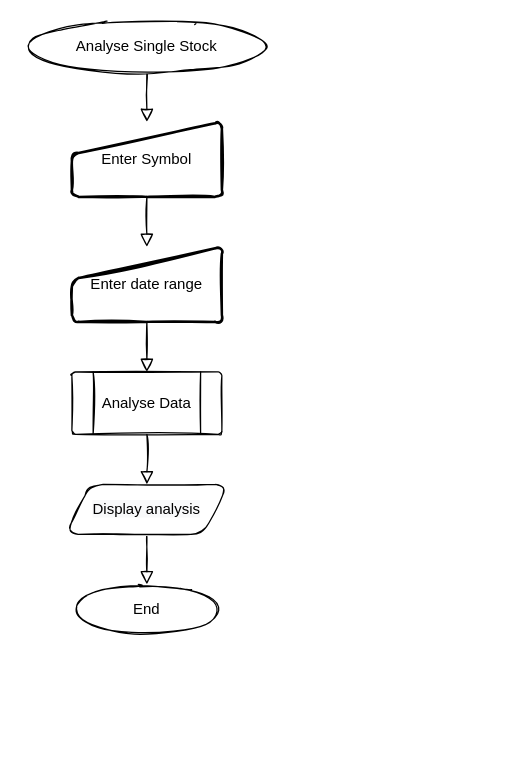
Above: page "analyse-1-stock" (2 of 5) of design/analastock.drawio in ibuttimer/analastock (draw.io), before the change. Source tidied: cells renumbered, new cells numbered last; positions are measured from the earlier drawing's top-left corner, leaving out a move shared by most shapes. Both pictures are drawn from the tidied source at 125%, with x=0, y=0 at pixel (21, 21).
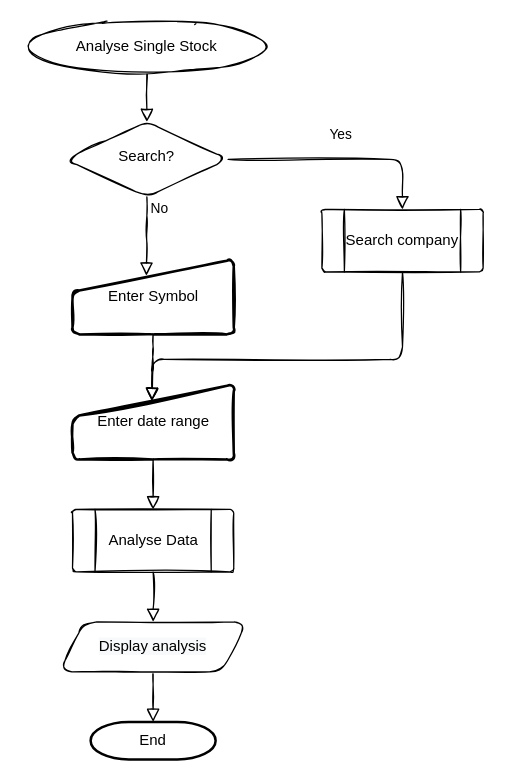
The same diagram, later.

Commit message (it also covers changes not shown here):
doc: Add multi-stock and company search design

The change refers to these unchanged cells:
```xml
<mxCell id="3" value="Analyse Single Stock" style="ellipse;whiteSpace=wrap;html=1;rounded=1;sketch=1;" parent="1" vertex="1">
  <mxGeometry width="200" height="40" as="geometry" />
</mxCell>
```

Change to the diagram source:
```diff
@@
-    <mxCell id="2" style="edgeStyle=orthogonalEdgeStyle;rounded=1;sketch=1;jettySize=auto;html=1;endArrow=block;endFill=0;endSize=8;" parent="1" edge="1" source="3" target="8">
+    <mxCell id="2" style="edgeStyle=orthogonalEdgeStyle;rounded=1;sketch=1;jettySize=auto;html=1;endArrow=block;endFill=0;endSize=8;entryX=0.5;entryY=0;entryDx=0;entryDy=0;" parent="1" edge="1" source="3" target="13">
       <mxGeometry relative="1" as="geometry" />
     </mxCell>
@@
-    <mxCell id="4" style="edgeStyle=orthogonalEdgeStyle;rounded=1;sketch=1;jettySize=auto;html=1;endArrow=block;endFill=0;endSize=8;" parent="1" edge="1" source="5" target="6">
+    <mxCell id="4" style="edgeStyle=orthogonalEdgeStyle;rounded=1;sketch=1;jettySize=auto;html=1;endArrow=block;endFill=0;endSize=8;entryX=0.5;entryY=0;entryDx=0;entryDy=0;entryPerimeter=0;" parent="1" edge="1" source="5" target="6">
       <mxGeometry relative="1" as="geometry" />
     </mxCell>
     <mxCell id="5" value="&lt;span style=&quot;color: rgb(0, 0, 0); font-family: Helvetica; font-size: 12px; font-style: normal; font-variant-ligatures: normal; font-variant-caps: normal; font-weight: 400; letter-spacing: normal; orphans: 2; text-align: center; text-indent: 0px; text-transform: none; widows: 2; word-spacing: 0px; -webkit-text-stroke-width: 0px; background-color: rgb(248, 249, 250); text-decoration-thickness: initial; text-decoration-style: initial; text-decoration-color: initial; float: none; display: inline !important;&quot;&gt;Display analysis&lt;/span&gt;" style="shape=parallelogram;perimeter=parallelogramPerimeter;whiteSpace=wrap;html=1;fixedSize=1;rounded=1;sketch=1;" parent="1" vertex="1">
-      <mxGeometry x="35" y="370" width="130" height="40" as="geometry" />
+      <mxGeometry x="30" y="480" width="150" height="40" as="geometry" />
     </mxCell>
-    <mxCell id="6" value="End" style="ellipse;whiteSpace=wrap;html=1;rounded=1;sketch=1;" parent="1" vertex="1">
-      <mxGeometry x="40" y="450" width="120" height="40" as="geometry" />
-    </mxCell>
-    <mxCell id="7" style="edgeStyle=orthogonalEdgeStyle;rounded=1;sketch=1;jettySize=auto;html=1;endArrow=block;endFill=0;endSize=8;" parent="1" edge="1" source="8" target="12">
-      <mxGeometry relative="1" as="geometry" />
-    </mxCell>
     <mxCell id="8" value="Enter Symbol" style="html=1;strokeWidth=2;shape=manualInput;whiteSpace=wrap;rounded=1;size=26;arcSize=11;sketch=1;" parent="1" vertex="1">
-      <mxGeometry x="40" y="80" width="120" height="60" as="geometry" />
+      <mxGeometry x="40.5" y="190" width="129" height="60" as="geometry" />
     </mxCell>
@@
     <mxCell id="10" value="Analyse Data" style="verticalLabelPosition=middle;verticalAlign=middle;html=1;shape=process;whiteSpace=wrap;rounded=1;size=0.14;arcSize=6;sketch=1;labelPosition=center;align=center;" parent="1" vertex="1">
-      <mxGeometry x="40" y="280" width="120" height="50" as="geometry" />
+      <mxGeometry x="40.5" y="390" width="129" height="50" as="geometry" />
     </mxCell>
@@
     <mxCell id="12" value="Enter date range" style="html=1;strokeWidth=2;shape=manualInput;whiteSpace=wrap;rounded=1;size=26;arcSize=11;sketch=1;" parent="1" vertex="1">
-      <mxGeometry x="40" y="180" width="120" height="60" as="geometry" />
+      <mxGeometry x="40.5" y="290" width="129" height="60" as="geometry" />
     </mxCell>
+    <mxCell id="13" value="Search?" style="rhombus;whiteSpace=wrap;html=1;shadow=0;fontFamily=Helvetica;fontSize=12;align=center;strokeWidth=1;spacing=6;spacingTop=-4;rounded=1;sketch=1;" parent="1" vertex="1">
+      <mxGeometry x="35" y="80" width="130" height="60" as="geometry" />
+    </mxCell>
+    <mxCell id="14" value="No" style="edgeStyle=orthogonalEdgeStyle;jettySize=auto;fontSize=11;endArrow=block;endFill=0;endSize=8;strokeWidth=1;shadow=0;labelBackgroundColor=none;rounded=1;sketch=1;html=1;exitX=0.5;exitY=1;exitDx=0;exitDy=0;entryX=0.458;entryY=0.217;entryDx=0;entryDy=0;entryPerimeter=0;" parent="1" edge="1" source="13" target="8">
+      <mxGeometry x="-0.71" y="10" relative="1" as="geometry" />
+    </mxCell>
+    <mxCell id="15" value="Yes" style="html=1;jettySize=auto;fontSize=11;endArrow=block;endFill=0;endSize=8;strokeWidth=1;shadow=0;labelBackgroundColor=none;edgeStyle=orthogonalEdgeStyle;rounded=1;sketch=1;exitX=1;exitY=0.5;exitDx=0;exitDy=0;entryX=0.5;entryY=0;entryDx=0;entryDy=0;" parent="1" edge="1" source="13" target="16">
+      <mxGeometry y="20" relative="1" as="geometry">
+        <Array as="points">
+          <mxPoint x="305" y="110" />
+        </Array>
+      </mxGeometry>
+    </mxCell>
+    <mxCell id="16" value="Search company" style="verticalLabelPosition=middle;verticalAlign=middle;html=1;shape=process;whiteSpace=wrap;rounded=1;size=0.14;arcSize=6;sketch=1;labelPosition=center;align=center;" parent="1" vertex="1">
+      <mxGeometry x="240" y="150" width="129" height="50" as="geometry" />
+    </mxCell>
+    <mxCell id="17" style="edgeStyle=orthogonalEdgeStyle;rounded=1;sketch=1;jettySize=auto;html=1;endArrow=block;endFill=0;endSize=8;exitX=0.5;exitY=1;exitDx=0;exitDy=0;" parent="1" edge="1" source="16">
+      <mxGeometry relative="1" as="geometry">
+        <mxPoint x="104" y="303" as="targetPoint" />
+        <Array as="points">
+          <mxPoint x="305" y="270" />
+          <mxPoint x="104" y="270" />
+        </Array>
+      </mxGeometry>
+    </mxCell>
+    <mxCell id="7" style="edgeStyle=orthogonalEdgeStyle;rounded=1;sketch=1;jettySize=auto;html=1;endArrow=block;endFill=0;endSize=8;exitX=0.5;exitY=1;exitDx=0;exitDy=0;entryX=0.493;entryY=0.224;entryDx=0;entryDy=0;entryPerimeter=0;" parent="1" edge="1" source="8" target="12">
+      <mxGeometry relative="1" as="geometry" />
+    </mxCell>
+    <mxCell id="6" value="End" style="strokeWidth=2;html=1;shape=mxgraph.flowchart.terminator;whiteSpace=wrap;" parent="1" vertex="1">
+      <mxGeometry x="55" y="560" width="100" height="30" as="geometry" />
+    </mxCell>
```
